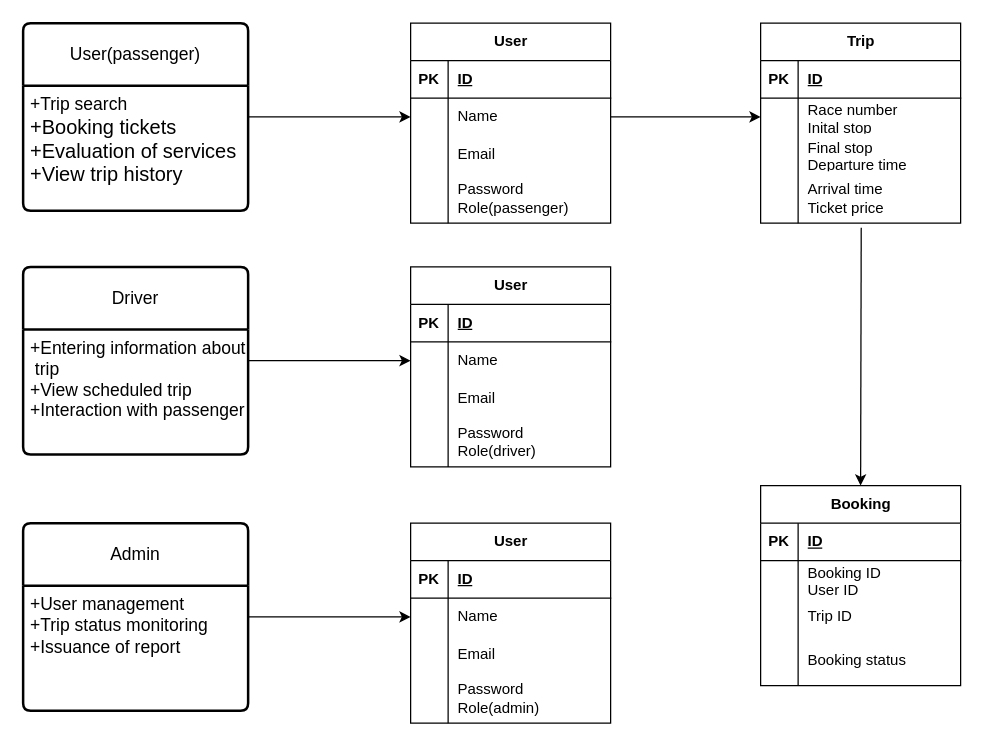
This is page "Страница — 1" (1 of 2) of Диаграмма курсовая.drawio from Gorodny/Animation, a draw.io file, before an edit. Source tidied: cells renumbered, new cells numbered last; positions are measured from the earlier drawing's top-left corner, leaving out a move shared by most shapes. Both pictures are drawn from the tidied source at 125%, with x=0, y=0 at pixel (22, 22).
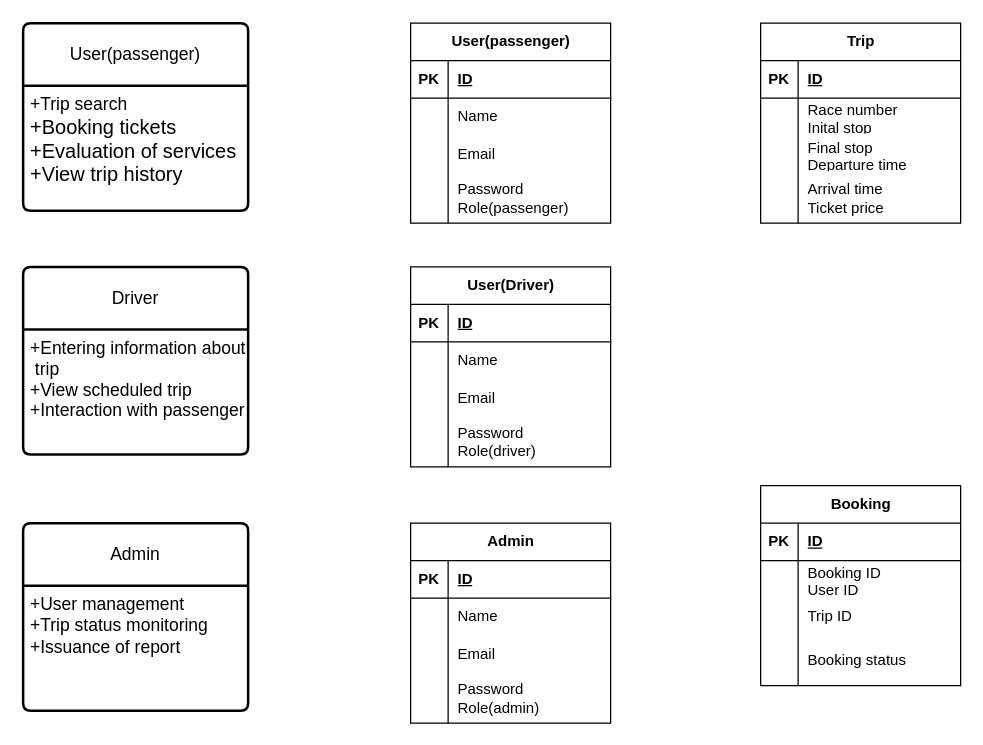
Above is the later version.

Unchanged cells that the change refers to:
```xml
<mxCell id="3" value="&lt;font style=&quot;font-size: 14px;&quot;&gt;+T&lt;/font&gt;&lt;font style=&quot;font-size: 14px;&quot;&gt;rip search&lt;/font&gt;&lt;div&gt;&lt;font size=&quot;3&quot;&gt;+Booking tickets&lt;/font&gt;&lt;/div&gt;&lt;div&gt;&lt;font size=&quot;3&quot;&gt;+Evaluation of services&lt;/font&gt;&lt;/div&gt;&lt;div&gt;&lt;font size=&quot;3&quot;&gt;+View trip history&lt;/font&gt;&lt;/div&gt;" style="align=left;strokeColor=none;fillColor=none;spacingLeft=4;fontSize=12;verticalAlign=top;html=1;" parent="2" vertex="1">
  <mxGeometry y="50" width="180" height="100" as="geometry" />
</mxCell>
<mxCell id="5" value="&lt;font style=&quot;font-size: 14px;&quot;&gt;+Entering information about&lt;/font&gt;&lt;div&gt;&lt;font style=&quot;font-size: 14px;&quot;&gt;&amp;nbsp;trip&lt;/font&gt;&lt;/div&gt;&lt;div&gt;&lt;font style=&quot;font-size: 14px;&quot;&gt;+View scheduled trip&lt;/font&gt;&lt;/div&gt;&lt;div&gt;&lt;font style=&quot;font-size: 14px;&quot;&gt;+Interaction with passenger&amp;nbsp;&lt;/font&gt;&lt;/div&gt;" style="align=left;strokeColor=none;fillColor=none;spacingLeft=4;fontSize=12;verticalAlign=top;html=1;" parent="4" vertex="1">
  <mxGeometry y="50" width="180" height="100" as="geometry" />
</mxCell>
<mxCell id="7" value="&lt;span style=&quot;font-size: 14px;&quot;&gt;+User management&lt;/span&gt;&lt;div&gt;&lt;span style=&quot;font-size: 14px;&quot;&gt;+Trip status monitoring&lt;/span&gt;&lt;/div&gt;&lt;div&gt;&lt;span style=&quot;font-size: 14px;&quot;&gt;+Issuance of report&lt;/span&gt;&lt;/div&gt;" style="align=left;strokeColor=none;fillColor=none;spacingLeft=4;fontSize=12;verticalAlign=top;html=1;" parent="6" vertex="1">
  <mxGeometry y="50" width="180" height="100" as="geometry" />
</mxCell>
<mxCell id="12" style="shape=tableRow;horizontal=0;startSize=0;swimlaneHead=0;swimlaneBody=0;fillColor=none;points=[[0,0.5],[1,0.5]];portConstraint=eastwest;top=0;left=0;right=0;bottom=0;" parent="8" vertex="1">
  <mxGeometry y="60" width="160" height="30" as="geometry" />
</mxCell>
<mxCell id="25" style="shape=tableRow;horizontal=0;startSize=0;swimlaneHead=0;swimlaneBody=0;fillColor=none;points=[[0,0.5],[1,0.5]];portConstraint=eastwest;top=0;left=0;right=0;bottom=0;" parent="21" vertex="1">
  <mxGeometry y="60" width="160" height="30" as="geometry" />
</mxCell>
<mxCell id="38" style="shape=tableRow;horizontal=0;startSize=0;swimlaneHead=0;swimlaneBody=0;fillColor=none;points=[[0,0.5],[1,0.5]];portConstraint=eastwest;top=0;left=0;right=0;bottom=0;" parent="34" vertex="1">
  <mxGeometry y="60" width="160" height="30" as="geometry" />
</mxCell>
<mxCell id="51" style="shape=tableRow;horizontal=0;startSize=0;swimlaneHead=0;swimlaneBody=0;fillColor=none;points=[[0,0.5],[1,0.5]];portConstraint=eastwest;top=0;left=0;right=0;bottom=0;" parent="47" vertex="1">
  <mxGeometry y="60" width="160" height="30" as="geometry" />
</mxCell>
<mxCell id="57" style="shape=tableRow;horizontal=0;startSize=0;swimlaneHead=0;swimlaneBody=0;fillColor=none;points=[[0,0.5],[1,0.5]];portConstraint=eastwest;top=0;left=0;right=0;bottom=0;" parent="47" vertex="1">
  <mxGeometry y="120" width="160" height="40" as="geometry" />
</mxCell>
<mxCell id="60" value="Booking" style="shape=table;startSize=30;childLayout=tableLayout;rowLines=0;fontStyle=1;align=center;html=1;" parent="1" vertex="1">
  <mxGeometry x="590" y="370" width="160" height="160" as="geometry" />
</mxCell>
```

Change to the diagram source:
```diff
@@
-    <mxCell id="8" value="User" style="shape=table;startSize=30;childLayout=tableLayout;rowLines=0;fontStyle=1;align=center;html=1;" parent="1" vertex="1">
+    <mxCell id="8" value="User(passenger)" style="shape=table;startSize=30;childLayout=tableLayout;rowLines=0;fontStyle=1;align=center;html=1;" parent="1" vertex="1">
       <mxGeometry x="310" width="160" height="160" as="geometry" />
     </mxCell>
@@
-    <mxCell id="21" value="User" style="shape=table;startSize=30;childLayout=tableLayout;rowLines=0;fontStyle=1;align=center;html=1;" parent="1" vertex="1">
+    <mxCell id="21" value="User(Driver)" style="shape=table;startSize=30;childLayout=tableLayout;rowLines=0;fontStyle=1;align=center;html=1;" parent="1" vertex="1">
       <mxGeometry x="310" y="195" width="160" height="160" as="geometry" />
     </mxCell>
@@
-    <mxCell id="34" value="User" style="shape=table;startSize=30;childLayout=tableLayout;rowLines=0;fontStyle=1;align=center;html=1;" parent="1" vertex="1">
+    <mxCell id="34" value="Admin" style="shape=table;startSize=30;childLayout=tableLayout;rowLines=0;fontStyle=1;align=center;html=1;" parent="1" vertex="1">
       <mxGeometry x="310" y="400" width="160" height="160" as="geometry" />
     </mxCell>
@@
-    <mxCell id="73" style="endArrow=classic;html=1;rounded=0;exitX=1;exitY=0.25;exitDx=0;exitDy=0;entryX=0;entryY=0.5;entryDx=0;entryDy=0;" parent="1" edge="1" source="3" target="12">
-      <mxGeometry relative="1" as="geometry" />
-    </mxCell>
-    <mxCell id="74" style="endArrow=classic;html=1;rounded=0;exitX=1;exitY=0.5;exitDx=0;exitDy=0;entryX=0;entryY=0.5;entryDx=0;entryDy=0;" parent="1" edge="1" source="12" target="51">
-      <mxGeometry relative="1" as="geometry" />
-    </mxCell>
-    <mxCell id="75" style="endArrow=classic;html=1;rounded=0;exitX=0.503;exitY=1.094;exitDx=0;exitDy=0;exitPerimeter=0;entryX=0.5;entryY=0;entryDx=0;entryDy=0;" parent="1" edge="1" source="57" target="60">
-      <mxGeometry relative="1" as="geometry" />
-    </mxCell>
-    <mxCell id="76" style="endArrow=classic;html=1;rounded=0;exitX=1;exitY=0.25;exitDx=0;exitDy=0;entryX=0;entryY=0.5;entryDx=0;entryDy=0;" parent="1" edge="1" source="5" target="25">
-      <mxGeometry relative="1" as="geometry" />
-    </mxCell>
-    <mxCell id="77" style="endArrow=classic;html=1;rounded=0;exitX=1;exitY=0.25;exitDx=0;exitDy=0;entryX=0;entryY=0.5;entryDx=0;entryDy=0;" parent="1" edge="1" source="7" target="38">
-      <mxGeometry relative="1" as="geometry" />
-    </mxCell>
```
